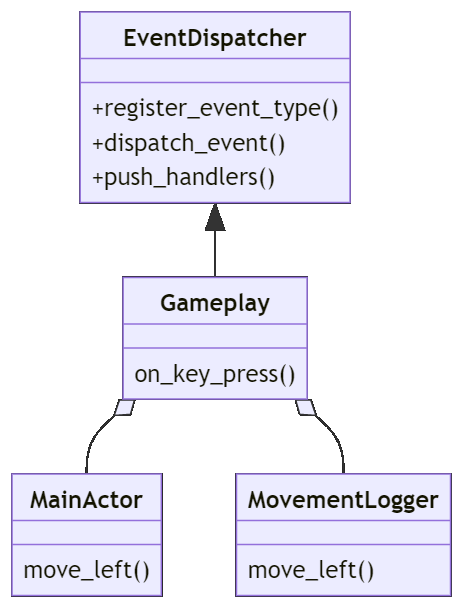
This is assets/ObserverClassDiagram.png from PeterSzasz/PeterSzasz.github.io, a Mermaid export, as it was before one commit. Its source is kept beside it as assets/ObserverClassDiagram.mmd.
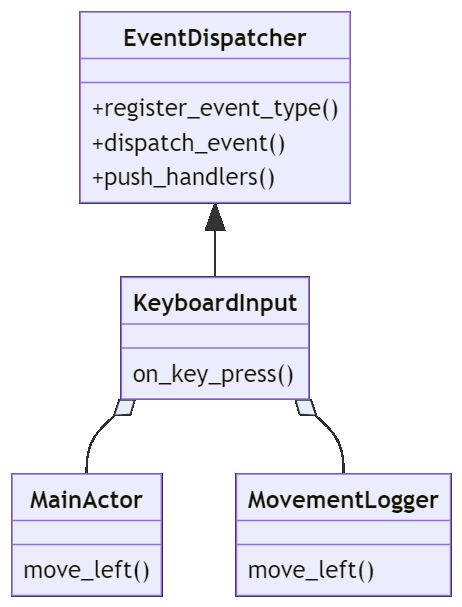
After the change.

Diff of the diagram source:
```diff
@@ -1,8 +1,8 @@
 classDiagram
-    EventDispatcher <|-- Gameplay
-    Gameplay o-- MainActor
-    Gameplay o-- MovementLogger
-    Gameplay : on_key_press()
+    EventDispatcher <|-- KeyboardInput
+    KeyboardInput o-- MainActor
+    KeyboardInput o-- MovementLogger
+    KeyboardInput : on_key_press()
     MainActor : move_left()
     MovementLogger : move_left()
     class EventDispatcher{
```
